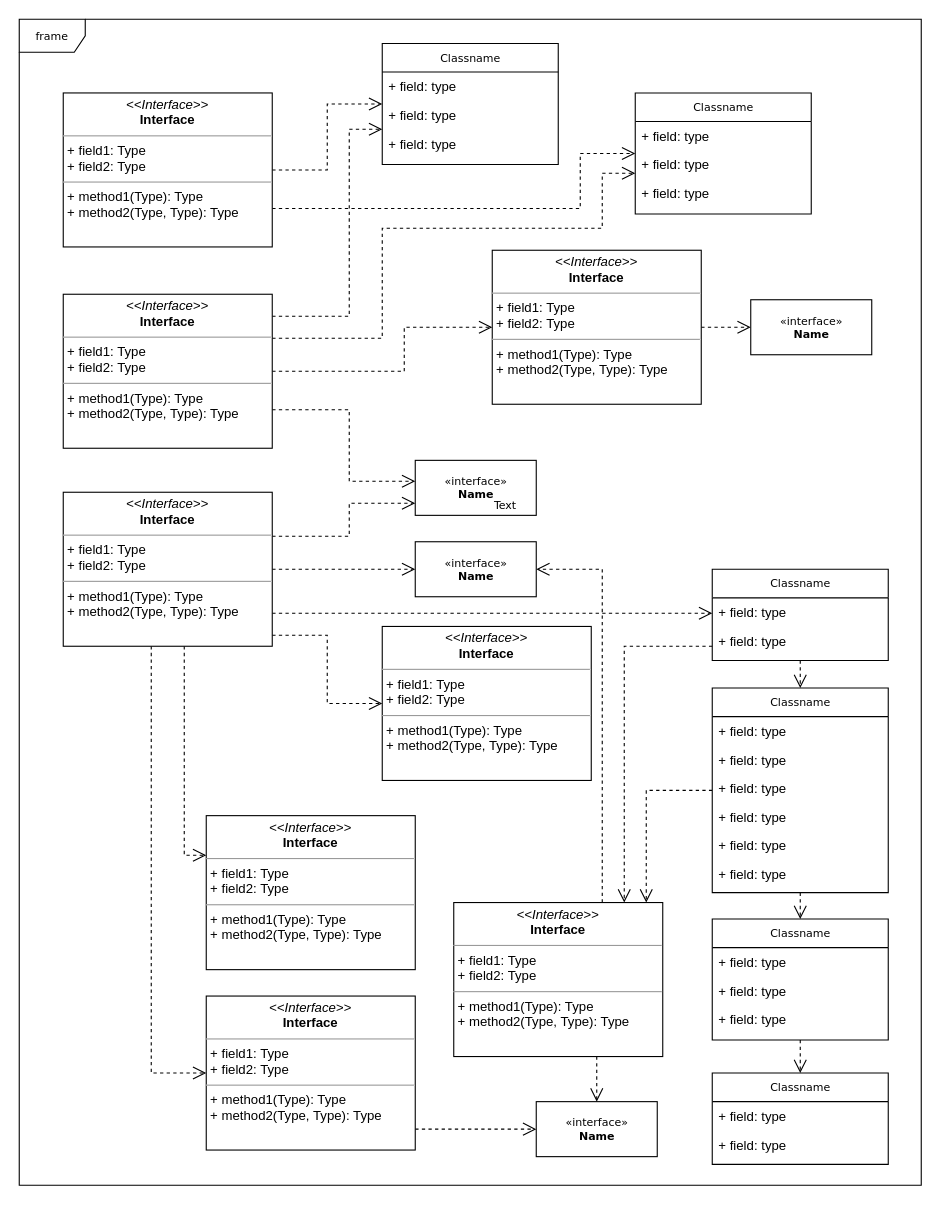
The draw.io diagram pkbattle.drawio in rune42/pkbattle, before the edit. Source tidied: cells renumbered, new cells numbered last; positions are measured from the earlier drawing's top-left corner, leaving out a move shared by most shapes. Both pictures are drawn from the tidied source at 110%, with x=0, y=0 at pixel (19, 19).
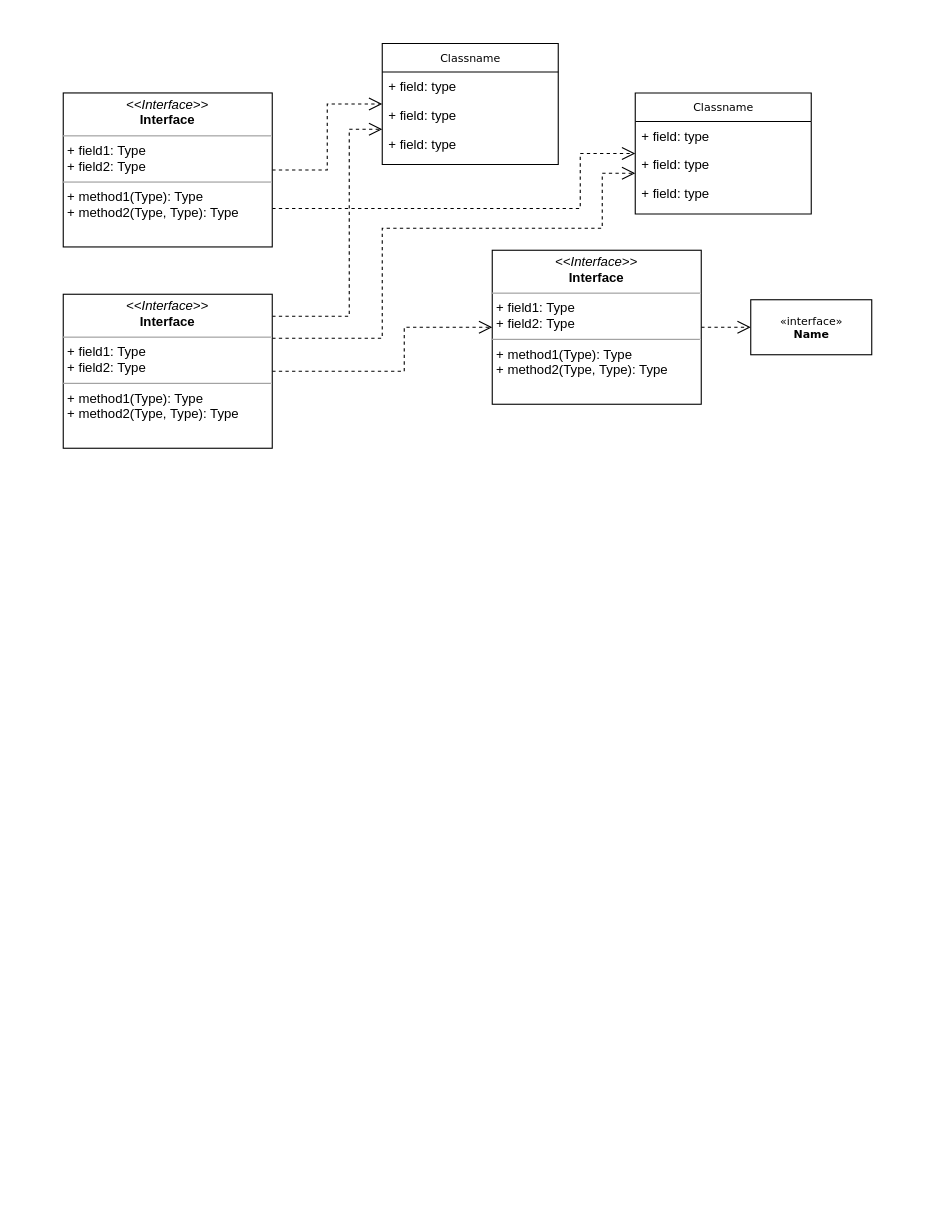
After the change.

Unchanged cells that the change refers to:
```xml
<mxCell id="53" value="&lt;p style=&quot;margin:0px;margin-top:4px;text-align:center;&quot;&gt;&lt;i&gt;&amp;lt;&amp;lt;Interface&amp;gt;&amp;gt;&lt;/i&gt;&lt;br/&gt;&lt;b&gt;Interface&lt;/b&gt;&lt;/p&gt;&lt;hr size=&quot;1&quot;/&gt;&lt;p style=&quot;margin:0px;margin-left:4px;&quot;&gt;+ field1: Type&lt;br/&gt;+ field2: Type&lt;/p&gt;&lt;hr size=&quot;1&quot;/&gt;&lt;p style=&quot;margin:0px;margin-left:4px;&quot;&gt;+ method1(Type): Type&lt;br/&gt;+ method2(Type, Type): Type&lt;/p&gt;" style="verticalAlign=top;align=left;overflow=fill;fontSize=12;fontFamily=Helvetica;html=1;rounded=0;shadow=0;comic=0;labelBackgroundColor=none;strokeWidth=1;" parent="1" vertex="1">
  <mxGeometry x="40" y="250" width="190" height="140" as="geometry" />
</mxCell>
```

The edit, as a diff of the source:
```diff
@@
-    <mxCell id="2" value="frame" style="shape=umlFrame;whiteSpace=wrap;html=1;rounded=0;shadow=0;comic=0;labelBackgroundColor=none;strokeWidth=1;fontFamily=Verdana;fontSize=10;align=center;" parent="1" vertex="1">
-      <mxGeometry width="820" height="1060" as="geometry" />
-    </mxCell>
-    <mxCell id="3" style="edgeStyle=orthogonalEdgeStyle;rounded=0;html=1;dashed=1;labelBackgroundColor=none;startFill=0;endArrow=open;endFill=0;endSize=10;fontFamily=Verdana;fontSize=10;" parent="1" edge="1" source="5" target="35">
-      <mxGeometry relative="1" as="geometry">
-        <Array as="points">
-          <mxPoint x="570" y="701" />
-        </Array>
-      </mxGeometry>
-    </mxCell>
-    <mxCell id="4" style="edgeStyle=orthogonalEdgeStyle;rounded=0;html=1;dashed=1;labelBackgroundColor=none;startFill=0;endArrow=open;endFill=0;endSize=10;fontFamily=Verdana;fontSize=10;" parent="1" edge="1" source="5" target="24">
-      <mxGeometry relative="1" as="geometry" />
-    </mxCell>
-    <mxCell id="5" value="Classname" style="swimlane;html=1;fontStyle=0;horizontal=1;startSize=26;fillColor=none;swimlaneFillColor=#ffffff;rounded=0;shadow=0;comic=0;labelBackgroundColor=none;strokeWidth=1;fontFamily=Verdana;fontSize=10;align=center;" parent="1" vertex="1">
-      <mxGeometry x="630" y="608" width="160" height="186" as="geometry" />
-    </mxCell>
-    <mxCell id="6" value="+ field: type" style="text;html=1;strokeColor=none;fillColor=none;align=left;verticalAlign=top;spacingLeft=4;spacingRight=4;whiteSpace=wrap;overflow=hidden;" parent="5" vertex="1">
-      <mxGeometry y="26" width="160" height="26" as="geometry" />
-    </mxCell>
-    <mxCell id="7" value="+ field: type" style="text;html=1;strokeColor=none;fillColor=none;align=left;verticalAlign=top;spacingLeft=4;spacingRight=4;whiteSpace=wrap;overflow=hidden;" parent="5" vertex="1">
-      <mxGeometry y="52" width="160" height="26" as="geometry" />
-    </mxCell>
-    <mxCell id="8" value="+ field: type" style="text;html=1;strokeColor=none;fillColor=none;align=left;verticalAlign=top;spacingLeft=4;spacingRight=4;whiteSpace=wrap;overflow=hidden;" parent="5" vertex="1">
-      <mxGeometry y="78" width="160" height="26" as="geometry" />
-    </mxCell>
-    <mxCell id="9" value="+ field: type" style="text;html=1;strokeColor=none;fillColor=none;align=left;verticalAlign=top;spacingLeft=4;spacingRight=4;whiteSpace=wrap;overflow=hidden;" parent="5" vertex="1">
-      <mxGeometry y="104" width="160" height="26" as="geometry" />
-    </mxCell>
-    <mxCell id="10" value="+ field: type" style="text;html=1;strokeColor=none;fillColor=none;align=left;verticalAlign=top;spacingLeft=4;spacingRight=4;whiteSpace=wrap;overflow=hidden;" parent="5" vertex="1">
-      <mxGeometry y="130" width="160" height="26" as="geometry" />
-    </mxCell>
-    <mxCell id="11" value="+ field: type" style="text;html=1;strokeColor=none;fillColor=none;align=left;verticalAlign=top;spacingLeft=4;spacingRight=4;whiteSpace=wrap;overflow=hidden;" parent="5" vertex="1">
-      <mxGeometry y="156" width="160" height="26" as="geometry" />
-    </mxCell>
@@
-    <mxCell id="20" value="Classname" style="swimlane;html=1;fontStyle=0;horizontal=1;startSize=26;fillColor=none;swimlaneFillColor=#ffffff;rounded=0;shadow=0;comic=0;labelBackgroundColor=none;strokeWidth=1;fontFamily=Verdana;fontSize=10;align=center;" parent="1" vertex="1">
-      <mxGeometry x="630" y="958" width="160" height="83" as="geometry" />
-    </mxCell>
-    <mxCell id="21" value="+ field: type" style="text;html=1;strokeColor=none;fillColor=none;align=left;verticalAlign=top;spacingLeft=4;spacingRight=4;whiteSpace=wrap;overflow=hidden;" parent="20" vertex="1">
-      <mxGeometry y="26" width="160" height="26" as="geometry" />
-    </mxCell>
-    <mxCell id="22" value="+ field: type" style="text;html=1;strokeColor=none;fillColor=none;align=left;verticalAlign=top;spacingLeft=4;spacingRight=4;whiteSpace=wrap;overflow=hidden;" parent="20" vertex="1">
-      <mxGeometry y="52" width="160" height="26" as="geometry" />
-    </mxCell>
-    <mxCell id="23" style="edgeStyle=orthogonalEdgeStyle;rounded=0;html=1;dashed=1;labelBackgroundColor=none;startFill=0;endArrow=open;endFill=0;endSize=10;fontFamily=Verdana;fontSize=10;" parent="1" edge="1" source="24" target="20">
-      <mxGeometry relative="1" as="geometry" />
-    </mxCell>
-    <mxCell id="24" value="Classname" style="swimlane;html=1;fontStyle=0;horizontal=1;startSize=26;fillColor=none;swimlaneFillColor=#ffffff;rounded=0;shadow=0;comic=0;labelBackgroundColor=none;strokeWidth=1;fontFamily=Verdana;fontSize=10;align=center;" parent="1" vertex="1">
-      <mxGeometry x="630" y="818" width="160" height="110" as="geometry" />
-    </mxCell>
-    <mxCell id="25" value="+ field: type" style="text;html=1;strokeColor=none;fillColor=none;align=left;verticalAlign=top;spacingLeft=4;spacingRight=4;whiteSpace=wrap;overflow=hidden;" parent="24" vertex="1">
-      <mxGeometry y="26" width="160" height="26" as="geometry" />
-    </mxCell>
-    <mxCell id="26" value="+ field: type" style="text;html=1;strokeColor=none;fillColor=none;align=left;verticalAlign=top;spacingLeft=4;spacingRight=4;whiteSpace=wrap;overflow=hidden;" parent="24" vertex="1">
-      <mxGeometry y="52" width="160" height="26" as="geometry" />
-    </mxCell>
-    <mxCell id="27" value="+ field: type" style="text;html=1;strokeColor=none;fillColor=none;align=left;verticalAlign=top;spacingLeft=4;spacingRight=4;whiteSpace=wrap;overflow=hidden;" parent="24" vertex="1">
-      <mxGeometry y="78" width="160" height="26" as="geometry" />
-    </mxCell>
-    <mxCell id="28" style="edgeStyle=orthogonalEdgeStyle;rounded=0;html=1;dashed=1;labelBackgroundColor=none;startFill=0;endArrow=open;endFill=0;endSize=10;fontFamily=Verdana;fontSize=10;" parent="1" edge="1" source="29" target="5">
-      <mxGeometry relative="1" as="geometry" />
-    </mxCell>
-    <mxCell id="29" value="Classname" style="swimlane;html=1;fontStyle=0;horizontal=1;startSize=26;fillColor=none;swimlaneFillColor=#ffffff;rounded=0;shadow=0;comic=0;labelBackgroundColor=none;strokeWidth=1;fontFamily=Verdana;fontSize=10;align=center;" parent="1" vertex="1">
-      <mxGeometry x="630" y="500" width="160" height="83" as="geometry" />
-    </mxCell>
-    <mxCell id="30" value="+ field: type" style="text;html=1;strokeColor=none;fillColor=none;align=left;verticalAlign=top;spacingLeft=4;spacingRight=4;whiteSpace=wrap;overflow=hidden;" parent="29" vertex="1">
-      <mxGeometry y="26" width="160" height="26" as="geometry" />
-    </mxCell>
-    <mxCell id="31" value="+ field: type" style="text;html=1;strokeColor=none;fillColor=none;align=left;verticalAlign=top;spacingLeft=4;spacingRight=4;whiteSpace=wrap;overflow=hidden;" parent="29" vertex="1">
-      <mxGeometry y="52" width="160" height="26" as="geometry" />
-    </mxCell>
-    <mxCell id="32" value="&amp;laquo;interface&amp;raquo;&lt;br&gt;&lt;b&gt;Name&lt;/b&gt;" style="html=1;rounded=0;shadow=0;comic=0;labelBackgroundColor=none;strokeWidth=1;fontFamily=Verdana;fontSize=10;align=center;" parent="1" vertex="1">
-      <mxGeometry x="470" y="984" width="110" height="50" as="geometry" />
-    </mxCell>
-    <mxCell id="33" style="edgeStyle=orthogonalEdgeStyle;rounded=0;html=1;dashed=1;labelBackgroundColor=none;startFill=0;endArrow=open;endFill=0;endSize=10;fontFamily=Verdana;fontSize=10;" parent="1" edge="1" source="35" target="32">
-      <mxGeometry relative="1" as="geometry">
-        <Array as="points">
-          <mxPoint x="525" y="950" />
-          <mxPoint x="525" y="950" />
-        </Array>
-      </mxGeometry>
-    </mxCell>
-    <mxCell id="34" style="edgeStyle=orthogonalEdgeStyle;rounded=0;html=1;dashed=1;labelBackgroundColor=none;startFill=0;endArrow=open;endFill=0;endSize=10;fontFamily=Verdana;fontSize=10;" parent="1" edge="1" source="35" target="40">
-      <mxGeometry relative="1" as="geometry">
-        <Array as="points">
-          <mxPoint x="530" y="500" />
-        </Array>
-      </mxGeometry>
-    </mxCell>
-    <mxCell id="35" value="&lt;p style=&quot;margin:0px;margin-top:4px;text-align:center;&quot;&gt;&lt;i&gt;&amp;lt;&amp;lt;Interface&amp;gt;&amp;gt;&lt;/i&gt;&lt;br/&gt;&lt;b&gt;Interface&lt;/b&gt;&lt;/p&gt;&lt;hr size=&quot;1&quot;/&gt;&lt;p style=&quot;margin:0px;margin-left:4px;&quot;&gt;+ field1: Type&lt;br/&gt;+ field2: Type&lt;/p&gt;&lt;hr size=&quot;1&quot;/&gt;&lt;p style=&quot;margin:0px;margin-left:4px;&quot;&gt;+ method1(Type): Type&lt;br/&gt;+ method2(Type, Type): Type&lt;/p&gt;" style="verticalAlign=top;align=left;overflow=fill;fontSize=12;fontFamily=Helvetica;html=1;rounded=0;shadow=0;comic=0;labelBackgroundColor=none;strokeWidth=1;" parent="1" vertex="1">
-      <mxGeometry x="395" y="803" width="190" height="140" as="geometry" />
-    </mxCell>
-    <mxCell id="36" value="&lt;p style=&quot;margin:0px;margin-top:4px;text-align:center;&quot;&gt;&lt;i&gt;&amp;lt;&amp;lt;Interface&amp;gt;&amp;gt;&lt;/i&gt;&lt;br/&gt;&lt;b&gt;Interface&lt;/b&gt;&lt;/p&gt;&lt;hr size=&quot;1&quot;/&gt;&lt;p style=&quot;margin:0px;margin-left:4px;&quot;&gt;+ field1: Type&lt;br/&gt;+ field2: Type&lt;/p&gt;&lt;hr size=&quot;1&quot;/&gt;&lt;p style=&quot;margin:0px;margin-left:4px;&quot;&gt;+ method1(Type): Type&lt;br/&gt;+ method2(Type, Type): Type&lt;/p&gt;" style="verticalAlign=top;align=left;overflow=fill;fontSize=12;fontFamily=Helvetica;html=1;rounded=0;shadow=0;comic=0;labelBackgroundColor=none;strokeWidth=1;" parent="1" vertex="1">
-      <mxGeometry x="330" y="552" width="190" height="140" as="geometry" />
-    </mxCell>
-    <mxCell id="37" style="edgeStyle=orthogonalEdgeStyle;rounded=0;html=1;dashed=1;labelBackgroundColor=none;startFill=0;endArrow=open;endFill=0;endSize=10;fontFamily=Verdana;fontSize=10;" parent="1" edge="1" source="38" target="32">
-      <mxGeometry relative="1" as="geometry">
-        <Array as="points">
-          <mxPoint x="390" y="1009" />
-          <mxPoint x="390" y="1009" />
-        </Array>
-      </mxGeometry>
-    </mxCell>
-    <mxCell id="38" value="&lt;p style=&quot;margin:0px;margin-top:4px;text-align:center;&quot;&gt;&lt;i&gt;&amp;lt;&amp;lt;Interface&amp;gt;&amp;gt;&lt;/i&gt;&lt;br/&gt;&lt;b&gt;Interface&lt;/b&gt;&lt;/p&gt;&lt;hr size=&quot;1&quot;/&gt;&lt;p style=&quot;margin:0px;margin-left:4px;&quot;&gt;+ field1: Type&lt;br/&gt;+ field2: Type&lt;/p&gt;&lt;hr size=&quot;1&quot;/&gt;&lt;p style=&quot;margin:0px;margin-left:4px;&quot;&gt;+ method1(Type): Type&lt;br/&gt;+ method2(Type, Type): Type&lt;/p&gt;" style="verticalAlign=top;align=left;overflow=fill;fontSize=12;fontFamily=Helvetica;html=1;rounded=0;shadow=0;comic=0;labelBackgroundColor=none;strokeWidth=1;" parent="1" vertex="1">
-      <mxGeometry x="170" y="888" width="190" height="140" as="geometry" />
-    </mxCell>
-    <mxCell id="39" value="&lt;p style=&quot;margin:0px;margin-top:4px;text-align:center;&quot;&gt;&lt;i&gt;&amp;lt;&amp;lt;Interface&amp;gt;&amp;gt;&lt;/i&gt;&lt;br/&gt;&lt;b&gt;Interface&lt;/b&gt;&lt;/p&gt;&lt;hr size=&quot;1&quot;/&gt;&lt;p style=&quot;margin:0px;margin-left:4px;&quot;&gt;+ field1: Type&lt;br/&gt;+ field2: Type&lt;/p&gt;&lt;hr size=&quot;1&quot;/&gt;&lt;p style=&quot;margin:0px;margin-left:4px;&quot;&gt;+ method1(Type): Type&lt;br/&gt;+ method2(Type, Type): Type&lt;/p&gt;" style="verticalAlign=top;align=left;overflow=fill;fontSize=12;fontFamily=Helvetica;html=1;rounded=0;shadow=0;comic=0;labelBackgroundColor=none;strokeWidth=1;" parent="1" vertex="1">
-      <mxGeometry x="170" y="724" width="190" height="140" as="geometry" />
-    </mxCell>
-    <mxCell id="40" value="&amp;laquo;interface&amp;raquo;&lt;br&gt;&lt;b&gt;Name&lt;/b&gt;" style="html=1;rounded=0;shadow=0;comic=0;labelBackgroundColor=none;strokeWidth=1;fontFamily=Verdana;fontSize=10;align=center;" parent="1" vertex="1">
-      <mxGeometry x="360" y="475" width="110" height="50" as="geometry" />
-    </mxCell>
-    <mxCell id="41" value="&amp;laquo;interface&amp;raquo;&lt;br&gt;&lt;b&gt;Name&lt;/b&gt;" style="html=1;rounded=0;shadow=0;comic=0;labelBackgroundColor=none;strokeWidth=1;fontFamily=Verdana;fontSize=10;align=center;" parent="1" vertex="1">
-      <mxGeometry x="360" y="401" width="110" height="50" as="geometry" />
-    </mxCell>
@@
-    <mxCell id="44" value="Text" style="text;html=1;align=left;verticalAlign=top;spacingTop=-4;fontSize=10;fontFamily=Verdana;fontColor=#000000;" parent="1" vertex="1">
-      <mxGeometry x="430" y="434" width="40" height="10" as="geometry" />
-    </mxCell>
@@
-    <mxCell id="52" style="edgeStyle=orthogonalEdgeStyle;rounded=0;html=1;exitX=1;exitY=0.75;dashed=1;labelBackgroundColor=none;startFill=0;endArrow=open;endFill=0;endSize=10;fontFamily=Verdana;fontSize=10;" parent="1" edge="1" source="53" target="41">
-      <mxGeometry relative="1" as="geometry">
-        <Array as="points">
-          <mxPoint x="300" y="355" />
-          <mxPoint x="300" y="420" />
-        </Array>
-      </mxGeometry>
-    </mxCell>
@@
-    <mxCell id="54" style="edgeStyle=orthogonalEdgeStyle;rounded=0;html=1;dashed=1;labelBackgroundColor=none;startFill=0;endArrow=open;endFill=0;endSize=10;fontFamily=Verdana;fontSize=10;" parent="1" edge="1" source="60" target="41">
-      <mxGeometry relative="1" as="geometry">
-        <Array as="points">
-          <mxPoint x="300" y="470" />
-          <mxPoint x="300" y="440" />
-        </Array>
-      </mxGeometry>
-    </mxCell>
-    <mxCell id="55" style="edgeStyle=orthogonalEdgeStyle;rounded=0;html=1;dashed=1;labelBackgroundColor=none;startFill=0;endArrow=open;endFill=0;endSize=10;fontFamily=Verdana;fontSize=10;" parent="1" edge="1" source="60" target="40">
-      <mxGeometry relative="1" as="geometry" />
-    </mxCell>
-    <mxCell id="56" style="edgeStyle=orthogonalEdgeStyle;rounded=0;html=1;dashed=1;labelBackgroundColor=none;startFill=0;endArrow=open;endFill=0;endSize=10;fontFamily=Verdana;fontSize=10;" parent="1" edge="1" source="60" target="36">
-      <mxGeometry relative="1" as="geometry">
-        <Array as="points">
-          <mxPoint x="280" y="560" />
-          <mxPoint x="280" y="622" />
-        </Array>
-      </mxGeometry>
-    </mxCell>
-    <mxCell id="57" style="edgeStyle=orthogonalEdgeStyle;rounded=0;html=1;dashed=1;labelBackgroundColor=none;startFill=0;endArrow=open;endFill=0;endSize=10;fontFamily=Verdana;fontSize=10;" parent="1" edge="1" source="60" target="29">
-      <mxGeometry relative="1" as="geometry">
-        <Array as="points">
-          <mxPoint x="330" y="540" />
-          <mxPoint x="330" y="540" />
-        </Array>
-      </mxGeometry>
-    </mxCell>
-    <mxCell id="58" style="edgeStyle=orthogonalEdgeStyle;rounded=0;html=1;dashed=1;labelBackgroundColor=none;startFill=0;endArrow=open;endFill=0;endSize=10;fontFamily=Verdana;fontSize=10;" parent="1" edge="1" source="60" target="39">
-      <mxGeometry relative="1" as="geometry">
-        <Array as="points">
-          <mxPoint x="150" y="760" />
-        </Array>
-      </mxGeometry>
-    </mxCell>
-    <mxCell id="59" style="edgeStyle=orthogonalEdgeStyle;rounded=0;html=1;dashed=1;labelBackgroundColor=none;startFill=0;endArrow=open;endFill=0;endSize=10;fontFamily=Verdana;fontSize=10;" parent="1" edge="1" source="60" target="38">
-      <mxGeometry relative="1" as="geometry">
-        <Array as="points">
-          <mxPoint x="120" y="958" />
-        </Array>
-      </mxGeometry>
-    </mxCell>
-    <mxCell id="60" value="&lt;p style=&quot;margin:0px;margin-top:4px;text-align:center;&quot;&gt;&lt;i&gt;&amp;lt;&amp;lt;Interface&amp;gt;&amp;gt;&lt;/i&gt;&lt;br/&gt;&lt;b&gt;Interface&lt;/b&gt;&lt;/p&gt;&lt;hr size=&quot;1&quot;/&gt;&lt;p style=&quot;margin:0px;margin-left:4px;&quot;&gt;+ field1: Type&lt;br/&gt;+ field2: Type&lt;/p&gt;&lt;hr size=&quot;1&quot;/&gt;&lt;p style=&quot;margin:0px;margin-left:4px;&quot;&gt;+ method1(Type): Type&lt;br/&gt;+ method2(Type, Type): Type&lt;/p&gt;" style="verticalAlign=top;align=left;overflow=fill;fontSize=12;fontFamily=Helvetica;html=1;rounded=0;shadow=0;comic=0;labelBackgroundColor=none;strokeWidth=1;" parent="1" vertex="1">
-      <mxGeometry x="40" y="430" width="190" height="140" as="geometry" />
-    </mxCell>
-    <mxCell id="61" style="edgeStyle=orthogonalEdgeStyle;rounded=0;html=1;dashed=1;labelBackgroundColor=none;startFill=0;endArrow=open;endFill=0;endSize=10;fontFamily=Verdana;fontSize=10;" parent="1" edge="1" source="29" target="35">
-      <mxGeometry relative="1" as="geometry">
-        <Array as="points">
-          <mxPoint x="550" y="570" />
-        </Array>
-      </mxGeometry>
-    </mxCell>
```
